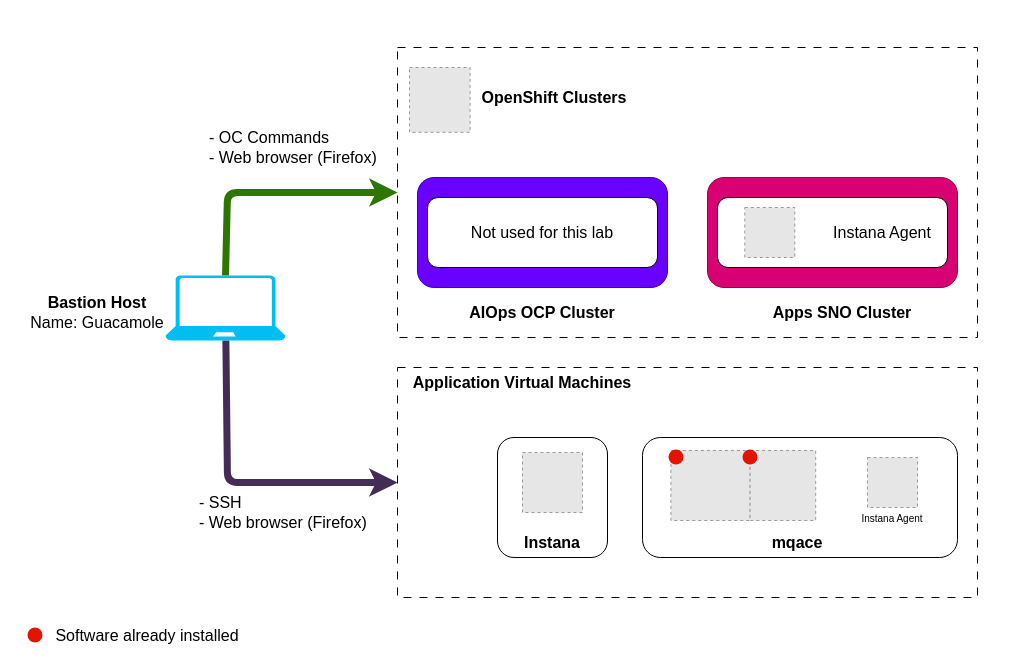
IBM/waiops-tech-jam keeps this draw.io diagram as labs/instana/server-and-agent-install-lab/2-lab-environment/images/architecture.drawio. Above is the earlier version. Source tidied: cells renumbered, new cells numbered last; positions are measured from the earlier drawing's top-left corner, leaving out a move shared by most shapes. Both pictures are drawn from the tidied source at 100%, with x=0, y=0 at pixel (17, 17). Pictures stored in the file or linked from it are replaced by grey dashed boxes.
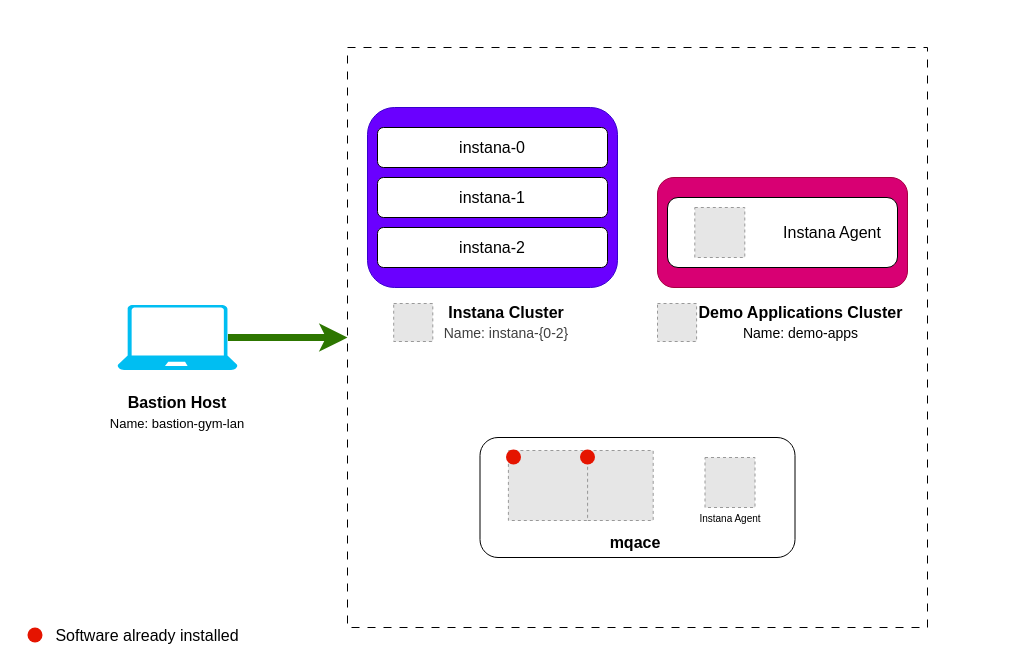
After the change.

Change to the diagram source:
```diff
@@
     <mxCell id="3" style="rounded=0;whiteSpace=wrap;html=1;dashed=1;dashPattern=8 8;" parent="1" vertex="1">
-      <mxGeometry x="380" y="30" width="580" height="290" as="geometry" />
+      <mxGeometry x="330" y="30" width="580" height="580" as="geometry" />
     </mxCell>
     <mxCell id="4" style="rounded=1;whiteSpace=wrap;html=1;fontSize=16;fillColor=#6a00ff;strokeColor=#3700CC;perimeterSpacing=1;fontColor=#ffffff;" parent="1" vertex="1">
-      <mxGeometry x="400" y="160" width="250" height="110" as="geometry" />
+      <mxGeometry x="350" y="90" width="250" height="180" as="geometry" />
     </mxCell>
     <mxCell id="5" style="rounded=1;whiteSpace=wrap;html=1;fontSize=16;fillColor=#d80073;strokeColor=#A50040;fontColor=#ffffff;" parent="1" vertex="1">
-      <mxGeometry x="690" y="160" width="250" height="110" as="geometry" />
+      <mxGeometry x="640" y="160" width="250" height="110" as="geometry" />
     </mxCell>
     <mxCell id="6" style="group;" parent="1" vertex="1">
-      <mxGeometry x="700" y="180" width="230" height="70" as="geometry" />
+      <mxGeometry x="650" y="180" width="230" height="70" as="geometry" />
     </mxCell>
@@
     <mxCell id="10" style="group;" parent="1" vertex="1">
-      <mxGeometry x="410" y="180" width="230" height="70" as="geometry" />
+      <mxGeometry x="360" y="210" width="230" height="40" as="geometry" />
     </mxCell>
     <mxCell id="11" style="rounded=1;whiteSpace=wrap;html=1;fontSize=16;" parent="10" vertex="1">
-      <mxGeometry width="230" height="70" as="geometry" />
+      <mxGeometry width="230" height="40" as="geometry" />
     </mxCell>
-    <mxCell id="12" value="Not used for this lab" style="text;html=1;strokeColor=none;fillColor=none;align=center;verticalAlign=middle;whiteSpace=wrap;rounded=0;fontSize=16;" parent="10" vertex="1">
-      <mxGeometry x="10" y="20" width="210" height="30" as="geometry" />
+    <mxCell id="12" value="instana-2" style="text;html=1;strokeColor=none;fillColor=none;align=center;verticalAlign=middle;whiteSpace=wrap;rounded=0;fontSize=16;" parent="10" vertex="1">
+      <mxGeometry x="10" y="11.4" width="210" height="17.1" as="geometry" />
     </mxCell>
-    <mxCell id="13" style="edgeStyle=none;html=1;exitX=0.5;exitY=0;exitDx=0;exitDy=0;exitPerimeter=0;entryX=0;entryY=0.5;entryDx=0;entryDy=0;fillColor=#60a917;strokeColor=#2D7600;strokeWidth=7;" parent="1" edge="1" source="15" target="3">
+    <mxCell id="13" style="edgeStyle=none;html=1;exitX=0.92;exitY=0.5;exitDx=0;exitDy=0;exitPerimeter=0;entryX=0;entryY=0.5;entryDx=0;entryDy=0;fillColor=#60a917;strokeColor=#2D7600;strokeWidth=7;" parent="1" edge="1" source="15" target="3">
       <mxGeometry relative="1" as="geometry">
         <Array as="points">
-          <mxPoint x="210" y="175" />
+          <mxPoint x="250" y="320" />
         </Array>
       </mxGeometry>
     </mxCell>
-    <mxCell id="14" style="edgeStyle=none;html=1;entryX=0;entryY=0.5;entryDx=0;entryDy=0;strokeWidth=7;fillColor=#76608a;strokeColor=#432D57;" parent="1" edge="1" source="15" target="21">
-      <mxGeometry relative="1" as="geometry">
-        <Array as="points">
-          <mxPoint x="210" y="465" />
-        </Array>
-      </mxGeometry>
-    </mxCell>
     <mxCell id="15" style="verticalLabelPosition=bottom;html=1;verticalAlign=top;align=center;strokeColor=none;fillColor=#00BEF2;shape=mxgraph.azure.laptop;" parent="1" vertex="1">
-      <mxGeometry x="148" y="258" width="120" height="65" as="geometry" />
+      <mxGeometry x="100" y="287.5" width="120" height="65" as="geometry" />
     </mxCell>
-    <mxCell id="16" value="&lt;b&gt;AIOps OCP Cluster&lt;/b&gt;" style="text;html=1;strokeColor=none;fillColor=none;align=center;verticalAlign=middle;whiteSpace=wrap;rounded=0;fontSize=16;" parent="1" vertex="1">
-      <mxGeometry x="425" y="280" width="200" height="30" as="geometry" />
+    <mxCell id="16" value="&lt;b&gt;Instana Cluster&lt;/b&gt;&lt;div&gt;&lt;span style=&quot;color: rgb(63, 63, 63); font-size: 14px;&quot;&gt;Name: instana-{0-2}&lt;/span&gt;&lt;b&gt;&lt;br&gt;&lt;/b&gt;&lt;/div&gt;" style="text;html=1;strokeColor=none;fillColor=none;align=center;verticalAlign=middle;whiteSpace=wrap;rounded=0;fontSize=16;" parent="1" vertex="1">
+      <mxGeometry x="403.8" y="290" width="170" height="30" as="geometry" />
     </mxCell>
-    <mxCell id="17" value="&lt;b&gt;Apps SNO Cluster&lt;/b&gt;" style="text;html=1;strokeColor=none;fillColor=none;align=center;verticalAlign=middle;whiteSpace=wrap;rounded=0;fontSize=16;" parent="1" vertex="1">
-      <mxGeometry x="750" y="280" width="150" height="30" as="geometry" />
+    <mxCell id="17" value="&lt;b&gt;Demo Applications Cluster&lt;/b&gt;&lt;br&gt;&lt;font style=&quot;font-size: 14px;&quot;&gt;Name:&amp;nbsp;demo-apps&lt;/font&gt;" style="text;html=1;strokeColor=none;fillColor=none;align=center;verticalAlign=middle;whiteSpace=wrap;rounded=0;fontSize=16;" parent="1" vertex="1">
+      <mxGeometry x="680" y="290" width="207.2" height="30" as="geometry" />
     </mxCell>
-    <mxCell id="18" style="group;" parent="1" vertex="1">
-      <mxGeometry x="392" y="50" width="240" height="64.8" as="geometry" />
-    </mxCell>
-    <mxCell id="19" style="fillColor=#E6E6E6;strokeColor=#999999;dashed=1;verticalLabelPosition=bottom;labelBackgroundColor=default;verticalAlign=top;" parent="18" vertex="1">
-      <mxGeometry width="60.6" height="64.8" as="geometry" />
-    </mxCell>
-    <mxCell id="20" value="&lt;b&gt;OpenShift Clusters&lt;/b&gt;" style="text;html=1;strokeColor=none;fillColor=none;align=center;verticalAlign=middle;whiteSpace=wrap;rounded=0;fontSize=16;" parent="18" vertex="1">
-      <mxGeometry x="50" y="14.8" width="190" height="30" as="geometry" />
-    </mxCell>
-    <mxCell id="21" style="rounded=0;whiteSpace=wrap;html=1;dashed=1;dashPattern=8 8;" parent="1" vertex="1">
-      <mxGeometry x="380" y="350" width="580" height="230" as="geometry" />
-    </mxCell>
-    <mxCell id="22" style="rounded=1;whiteSpace=wrap;html=1;fontSize=16;" parent="1" vertex="1">
-      <mxGeometry x="480" y="420" width="110" height="120" as="geometry" />
-    </mxCell>
-    <mxCell id="23" style="fillColor=#E6E6E6;strokeColor=#999999;dashed=1;verticalLabelPosition=bottom;labelBackgroundColor=default;verticalAlign=top;" parent="1" vertex="1">
-      <mxGeometry x="505" y="435" width="60" height="60" as="geometry" />
-    </mxCell>
-    <mxCell id="24" value="&lt;b&gt;Instana&lt;br&gt;&lt;/b&gt;" style="text;html=1;strokeColor=none;fillColor=none;align=center;verticalAlign=middle;whiteSpace=wrap;rounded=0;fontSize=16;" parent="1" vertex="1">
-      <mxGeometry x="480" y="510" width="110" height="30" as="geometry" />
-    </mxCell>
     <mxCell id="25" style="rounded=1;whiteSpace=wrap;html=1;fontSize=16;" parent="1" vertex="1">
-      <mxGeometry x="625" y="420" width="315" height="120" as="geometry" />
+      <mxGeometry x="462.5" y="420" width="315" height="120" as="geometry" />
     </mxCell>
     <mxCell id="26" value="&lt;b&gt;mqace&lt;br&gt;&lt;/b&gt;" style="text;html=1;strokeColor=none;fillColor=none;align=center;verticalAlign=middle;whiteSpace=wrap;rounded=0;fontSize=16;" parent="1" vertex="1">
-      <mxGeometry x="630" y="510" width="300" height="30" as="geometry" />
+      <mxGeometry x="467.5" y="510" width="300" height="30" as="geometry" />
     </mxCell>
     <mxCell id="27" style="fillColor=#E6E6E6;strokeColor=#999999;dashed=1;verticalLabelPosition=bottom;verticalAlign=top;" parent="1" vertex="1">
-      <mxGeometry x="653.4" y="433" width="79.2" height="70" as="geometry" />
+      <mxGeometry x="490.9" y="433" width="79.2" height="70" as="geometry" />
     </mxCell>
     <mxCell id="28" style="fillColor=#E6E6E6;strokeColor=#999999;dashed=1;verticalLabelPosition=bottom;verticalAlign=top;" parent="1" vertex="1">
-      <mxGeometry x="732.6" y="433" width="65.6" height="70" as="geometry" />
+      <mxGeometry x="570.1" y="433" width="65.6" height="70" as="geometry" />
     </mxCell>
-    <mxCell id="29" value="&lt;b&gt;Application Virtual Machines&lt;/b&gt;" style="text;html=1;strokeColor=none;fillColor=none;align=center;verticalAlign=middle;whiteSpace=wrap;rounded=0;fontSize=16;" parent="1" vertex="1">
-      <mxGeometry x="370" y="350" width="270" height="30" as="geometry" />
-    </mxCell>
-    <mxCell id="30" value="&lt;b&gt;Bastion Host&lt;/b&gt;&lt;br&gt;Name: Guacamole" style="text;html=1;strokeColor=none;fillColor=none;align=center;verticalAlign=middle;whiteSpace=wrap;rounded=0;fontSize=16;" parent="1" vertex="1">
-      <mxGeometry x="10" y="280" width="140" height="30" as="geometry" />
+    <mxCell id="30" value="&lt;b&gt;Bastion Host&lt;/b&gt;&lt;br&gt;&lt;font style=&quot;font-size: 13px;&quot;&gt;Name: bastion-gym-lan&lt;/font&gt;" style="text;html=1;strokeColor=none;fillColor=none;align=center;verticalAlign=middle;whiteSpace=wrap;rounded=0;fontSize=16;" parent="1" vertex="1">
+      <mxGeometry x="90" y="380" width="140" height="30" as="geometry" />
     </mxCell>
-    <mxCell id="31" value="- OC Commands&lt;br&gt;- Web browser (Firefox)" style="text;html=1;strokeColor=none;fillColor=none;align=left;verticalAlign=middle;whiteSpace=wrap;rounded=0;fontSize=16;" parent="1" vertex="1">
-      <mxGeometry x="190" y="114.8" width="170" height="30" as="geometry" />
-    </mxCell>
-    <mxCell id="32" value="- SSH&lt;br&gt;- Web browser (Firefox)" style="text;html=1;strokeColor=none;fillColor=none;align=left;verticalAlign=middle;whiteSpace=wrap;rounded=0;fontSize=16;" parent="1" vertex="1">
-      <mxGeometry x="180" y="480" width="170" height="30" as="geometry" />
-    </mxCell>
     <mxCell id="33" style="ellipse;whiteSpace=wrap;html=1;fillColor=#e51400;fontColor=#ffffff;strokeColor=none;" parent="1" vertex="1">
-      <mxGeometry x="651" y="432" width="15" height="15" as="geometry" />
+      <mxGeometry x="488.5" y="432" width="15" height="15" as="geometry" />
     </mxCell>
@@
     <mxCell id="36" style="ellipse;whiteSpace=wrap;html=1;fillColor=#e51400;fontColor=#ffffff;strokeColor=none;" parent="1" vertex="1">
-      <mxGeometry x="725" y="432" width="15" height="15" as="geometry" />
+      <mxGeometry x="562.5" y="432" width="15" height="15" as="geometry" />
     </mxCell>
     <mxCell id="37" style="fillColor=#E6E6E6;strokeColor=#999999;dashed=1;verticalLabelPosition=bottom;labelBackgroundColor=default;verticalAlign=top;" parent="1" vertex="1">
-      <mxGeometry x="850" y="440" width="50" height="50" as="geometry" />
+      <mxGeometry x="687.5" y="440" width="50" height="50" as="geometry" />
     </mxCell>
     <mxCell id="38" value="Instana Agent" style="text;html=1;strokeColor=none;fillColor=none;align=center;verticalAlign=middle;whiteSpace=wrap;rounded=0;fontSize=10;" parent="1" vertex="1">
-      <mxGeometry x="820" y="486" width="110" height="30" as="geometry" />
+      <mxGeometry x="657.5" y="486" width="110" height="30" as="geometry" />
     </mxCell>
+    <mxCell id="39" style="group;" parent="1" vertex="1">
+      <mxGeometry x="360" y="160" width="230" height="40" as="geometry" />
+    </mxCell>
+    <mxCell id="40" style="rounded=1;whiteSpace=wrap;html=1;fontSize=16;" parent="39" vertex="1">
+      <mxGeometry width="230" height="40" as="geometry" />
+    </mxCell>
+    <mxCell id="41" value="instana-1" style="text;html=1;strokeColor=none;fillColor=none;align=center;verticalAlign=middle;whiteSpace=wrap;rounded=0;fontSize=16;" parent="39" vertex="1">
+      <mxGeometry x="10" y="11.4" width="210" height="17.1" as="geometry" />
+    </mxCell>
+    <mxCell id="42" style="group;" parent="1" vertex="1">
+      <mxGeometry x="360" y="110" width="230" height="40" as="geometry" />
+    </mxCell>
+    <mxCell id="43" style="rounded=1;whiteSpace=wrap;html=1;fontSize=16;" parent="42" vertex="1">
+      <mxGeometry width="230" height="40" as="geometry" />
+    </mxCell>
+    <mxCell id="44" value="instana-0" style="text;html=1;strokeColor=none;fillColor=none;align=center;verticalAlign=middle;whiteSpace=wrap;rounded=0;fontSize=16;" parent="42" vertex="1">
+      <mxGeometry x="10" y="11.4" width="210" height="17.1" as="geometry" />
+    </mxCell>
+    <mxCell id="45" style="fillColor=#E6E6E6;strokeColor=#999999;dashed=1;verticalLabelPosition=bottom;labelBackgroundColor=default;verticalAlign=top;" parent="1" vertex="1">
+      <mxGeometry x="640" y="286" width="39.1" height="38" as="geometry" />
+    </mxCell>
+    <mxCell id="46" style="fillColor=#E6E6E6;strokeColor=#999999;dashed=1;verticalLabelPosition=bottom;labelBackgroundColor=default;verticalAlign=top;" parent="1" vertex="1">
+      <mxGeometry x="376.2" y="286" width="39.1" height="38" as="geometry" />
+    </mxCell>
```
